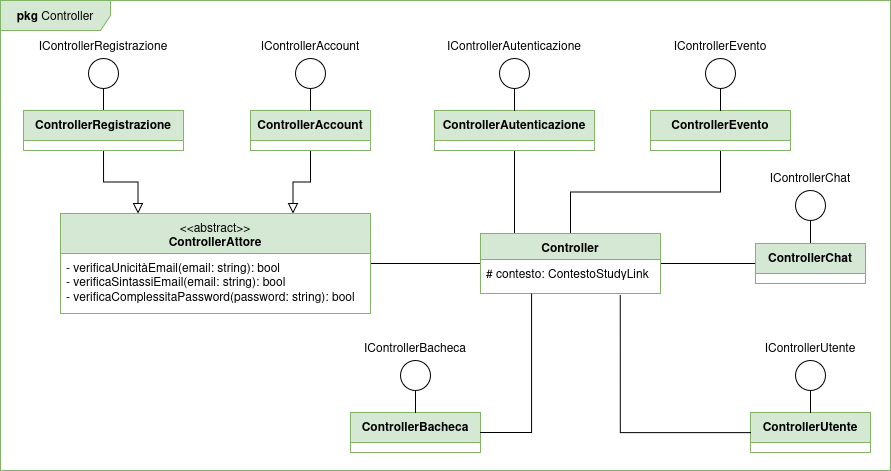
Before: latex/images/diagramma-di-dettaglio-implementazione-controller.png, a diagram exported from draw.io (federicoporpora/studyLink). Source tidied: cells renumbered, new cells last; positions are measured from the earlier drawing's top-left corner, leaving out a move shared by most shapes.
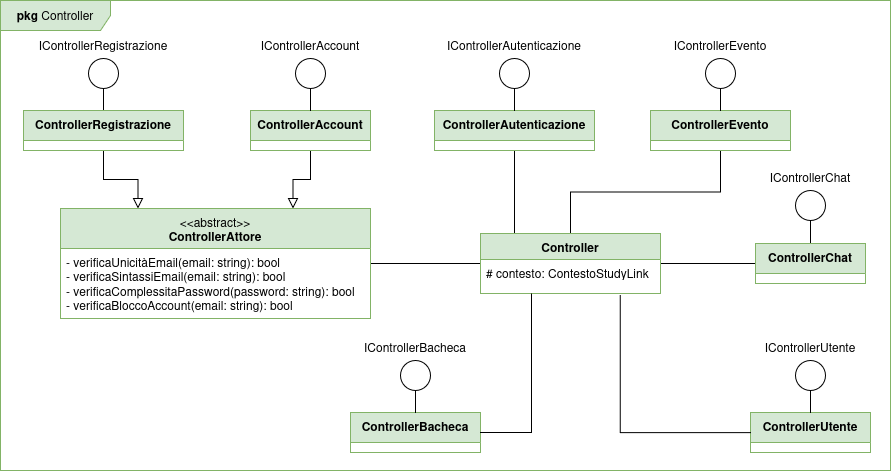
The same file after the commit.

Diff of the diagram source:
```diff
@@ -119,10 +119,10 @@
       <mxGeometry relative="1" as="geometry" />
     </mxCell>
     <mxCell id="36" value="&lt;span style=&quot;font-weight: normal;&quot;&gt;&amp;lt;&amp;lt;abstract&amp;gt;&amp;gt;&lt;/span&gt;&lt;div&gt;ControllerAttore&lt;/div&gt;" style="swimlane;fontStyle=1;align=center;verticalAlign=top;horizontal=1;startSize=40;whiteSpace=wrap;html=1;fillColor=#d5e8d4;strokeColor=#82b366;" parent="1" vertex="1">
-      <mxGeometry x="60" y="213" width="310" height="100" as="geometry" />
+      <mxGeometry x="60" y="208" width="310" height="110" as="geometry" />
     </mxCell>
-    <mxCell id="37" value="- verificaUnicitàEmail(email: string): bool&lt;div&gt;- verificaSintassiEmail(email: string): bool&lt;/div&gt;&lt;div&gt;- verificaComplessitaPassword(password: string): bool&lt;/div&gt;" style="text;strokeColor=none;fillColor=none;align=left;verticalAlign=top;spacingLeft=4;spacingRight=4;overflow=hidden;whiteSpace=wrap;html=1;" parent="36" vertex="1">
-      <mxGeometry y="40" width="310" height="60" as="geometry" />
+    <mxCell id="37" value="- verificaUnicitàEmail(email: string): bool&lt;div&gt;- verificaSintassiEmail(email: string): bool&lt;/div&gt;&lt;div&gt;- verificaComplessitaPassword(password: string): bool&lt;/div&gt;&lt;div&gt;- verificaBloccoAccount(email: string): bool&lt;/div&gt;" style="text;strokeColor=none;fillColor=none;align=left;verticalAlign=top;spacingLeft=4;spacingRight=4;overflow=hidden;whiteSpace=wrap;html=1;" parent="36" vertex="1">
+      <mxGeometry y="40" width="310" height="70" as="geometry" />
     </mxCell>
     <mxCell id="38" value="Controller" style="swimlane;fontStyle=1;align=center;verticalAlign=top;horizontal=1;startSize=26;whiteSpace=wrap;html=1;fillColor=#d5e8d4;strokeColor=#82b366;" parent="1" vertex="1">
       <mxGeometry x="480" y="233" width="180" height="60" as="geometry" />
```
